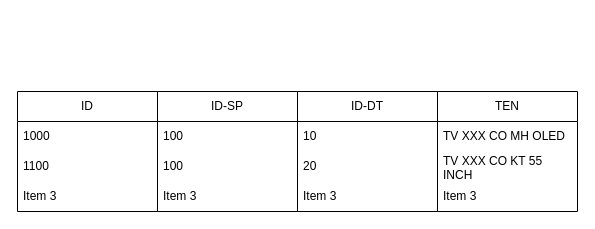
The draw.io diagram dac trung sanpham.drawio in frozenproof/dactaphanmem, before the edit. Source tidied: cells renumbered, new cells numbered last; positions are measured from the earlier drawing's top-left corner, leaving out a move shared by most shapes. Both pictures are drawn from the tidied source at 100%, with x=0, y=0 at pixel (17, 91).
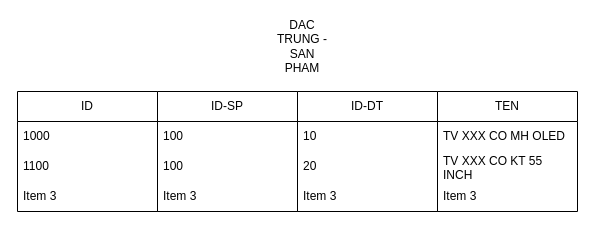
The same page after the edit.

The edit, as a diff of the source:
```diff
@@
 <mxGraphModel>
   <root>
     <mxCell id="0" />
     <mxCell id="1" parent="0" />
     <mxCell id="2" value="ID" style="swimlane;fontStyle=0;horizontal=1;startSize=30;whiteSpace=wrap;html=1;" parent="1" vertex="1">
       <mxGeometry width="140" height="120" as="geometry" />
     </mxCell>
     <mxCell id="3" value="1000" style="text;strokeColor=none;fillColor=none;align=left;verticalAlign=middle;spacingLeft=4;spacingRight=4;overflow=hidden;whiteSpace=wrap;html=1;" parent="2" vertex="1">
       <mxGeometry y="30" width="140" height="30" as="geometry" />
     </mxCell>
     <mxCell id="4" value="1100" style="text;strokeColor=none;fillColor=none;align=left;verticalAlign=middle;spacingLeft=4;spacingRight=4;overflow=hidden;whiteSpace=wrap;html=1;" parent="2" vertex="1">
       <mxGeometry y="60" width="140" height="30" as="geometry" />
     </mxCell>
     <mxCell id="5" value="Item 3" style="text;strokeColor=none;fillColor=none;align=left;verticalAlign=middle;spacingLeft=4;spacingRight=4;overflow=hidden;whiteSpace=wrap;html=1;" parent="2" vertex="1">
       <mxGeometry y="90" width="140" height="30" as="geometry" />
     </mxCell>
     <mxCell id="6" value="ID-SP" style="swimlane;fontStyle=0;horizontal=1;startSize=30;whiteSpace=wrap;html=1;" parent="1" vertex="1">
       <mxGeometry x="140" width="140" height="120" as="geometry" />
     </mxCell>
     <mxCell id="7" value="100" style="text;strokeColor=none;fillColor=none;align=left;verticalAlign=middle;spacingLeft=4;spacingRight=4;overflow=hidden;whiteSpace=wrap;html=1;" parent="6" vertex="1">
       <mxGeometry y="30" width="140" height="30" as="geometry" />
     </mxCell>
     <mxCell id="8" value="100" style="text;strokeColor=none;fillColor=none;align=left;verticalAlign=middle;spacingLeft=4;spacingRight=4;overflow=hidden;whiteSpace=wrap;html=1;" parent="6" vertex="1">
       <mxGeometry y="60" width="140" height="30" as="geometry" />
     </mxCell>
     <mxCell id="9" value="Item 3" style="text;strokeColor=none;fillColor=none;align=left;verticalAlign=middle;spacingLeft=4;spacingRight=4;overflow=hidden;whiteSpace=wrap;html=1;" parent="6" vertex="1">
       <mxGeometry y="90" width="140" height="30" as="geometry" />
     </mxCell>
     <mxCell id="10" value="ID-DT" style="swimlane;fontStyle=0;horizontal=1;startSize=30;whiteSpace=wrap;html=1;" parent="1" vertex="1">
       <mxGeometry x="280" width="140" height="120" as="geometry" />
     </mxCell>
     <mxCell id="11" value="10" style="text;strokeColor=none;fillColor=none;align=left;verticalAlign=middle;spacingLeft=4;spacingRight=4;overflow=hidden;whiteSpace=wrap;html=1;" parent="10" vertex="1">
       <mxGeometry y="30" width="140" height="30" as="geometry" />
     </mxCell>
     <mxCell id="12" value="20" style="text;strokeColor=none;fillColor=none;align=left;verticalAlign=middle;spacingLeft=4;spacingRight=4;overflow=hidden;whiteSpace=wrap;html=1;" parent="10" vertex="1">
       <mxGeometry y="60" width="140" height="30" as="geometry" />
     </mxCell>
     <mxCell id="13" value="Item 3" style="text;strokeColor=none;fillColor=none;align=left;verticalAlign=middle;spacingLeft=4;spacingRight=4;overflow=hidden;whiteSpace=wrap;html=1;" parent="10" vertex="1">
       <mxGeometry y="90" width="140" height="30" as="geometry" />
     </mxCell>
     <mxCell id="14" value="TEN" style="swimlane;fontStyle=0;horizontal=1;startSize=30;whiteSpace=wrap;html=1;" parent="1" vertex="1">
       <mxGeometry x="420" width="140" height="120" as="geometry" />
     </mxCell>
     <mxCell id="15" value="TV XXX CO MH OLED" style="text;strokeColor=none;fillColor=none;align=left;verticalAlign=middle;spacingLeft=4;spacingRight=4;overflow=hidden;whiteSpace=wrap;html=1;" parent="14" vertex="1">
       <mxGeometry y="30" width="140" height="30" as="geometry" />
     </mxCell>
     <mxCell id="16" value="TV XXX CO KT 55 INCH" style="text;strokeColor=none;fillColor=none;align=left;verticalAlign=middle;spacingLeft=4;spacingRight=4;overflow=hidden;whiteSpace=wrap;html=1;" parent="14" vertex="1">
       <mxGeometry y="60" width="140" height="30" as="geometry" />
     </mxCell>
     <mxCell id="17" value="Item 3" style="text;strokeColor=none;fillColor=none;align=left;verticalAlign=middle;spacingLeft=4;spacingRight=4;overflow=hidden;whiteSpace=wrap;html=1;" parent="14" vertex="1">
       <mxGeometry y="90" width="140" height="30" as="geometry" />
     </mxCell>
+    <mxCell id="18" value="DAC TRUNG - SAN PHAM" style="text;html=1;strokeColor=none;fillColor=none;align=center;verticalAlign=middle;whiteSpace=wrap;rounded=0;" parent="1" vertex="1">
+      <mxGeometry x="255" y="-60" width="60" height="30" as="geometry" />
+    </mxCell>
   </root>
 </mxGraphModel>
```
